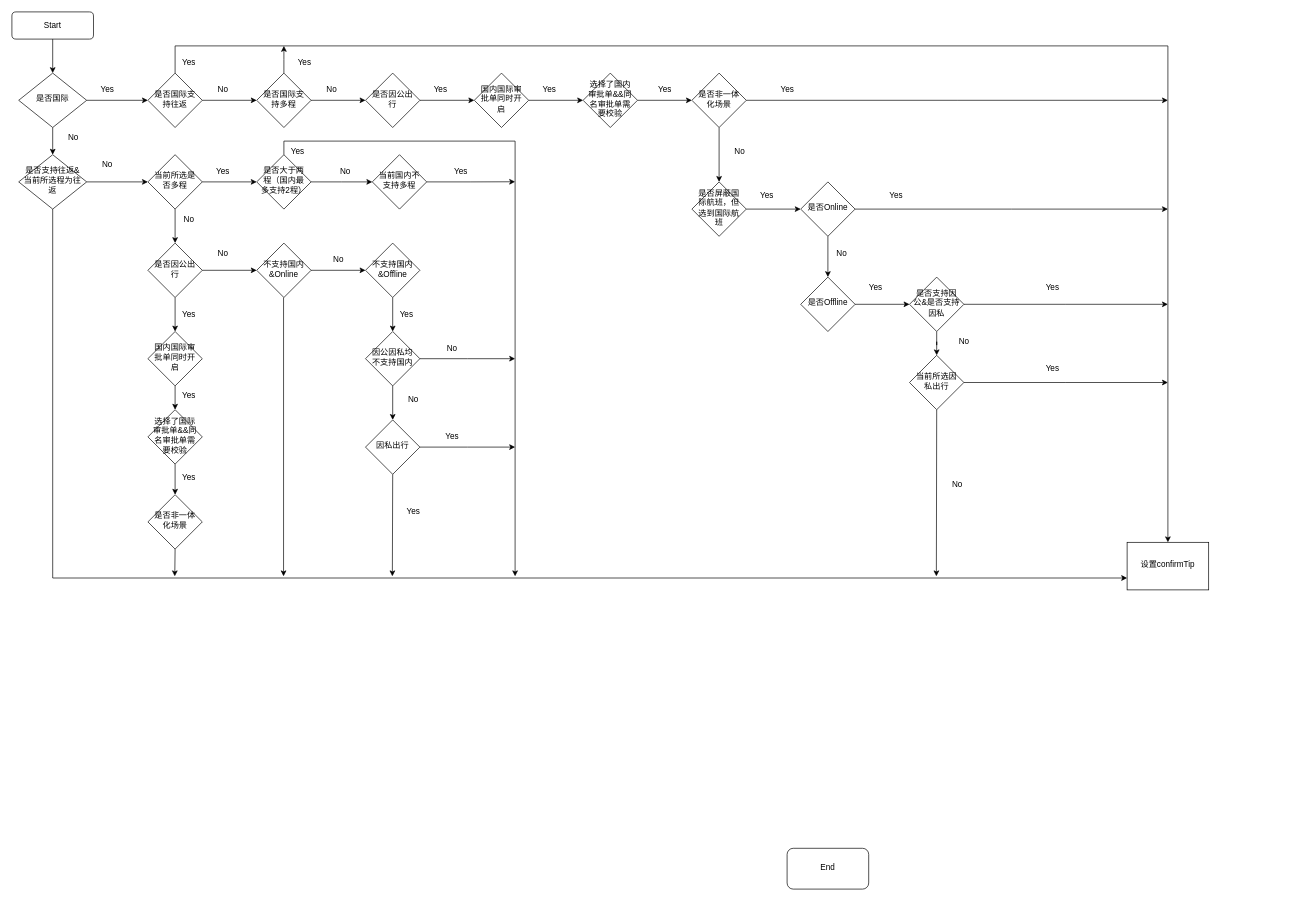
The draw.io diagram checkCityDate.drawio in weiqiujuan/-, before the edit. Source tidied: cells renumbered, new cells numbered last; positions are measured from the earlier drawing's top-left corner, leaving out a move shared by most shapes. Both pictures are drawn from the tidied source at 68%, with x=0, y=0 at pixel (12, 12).
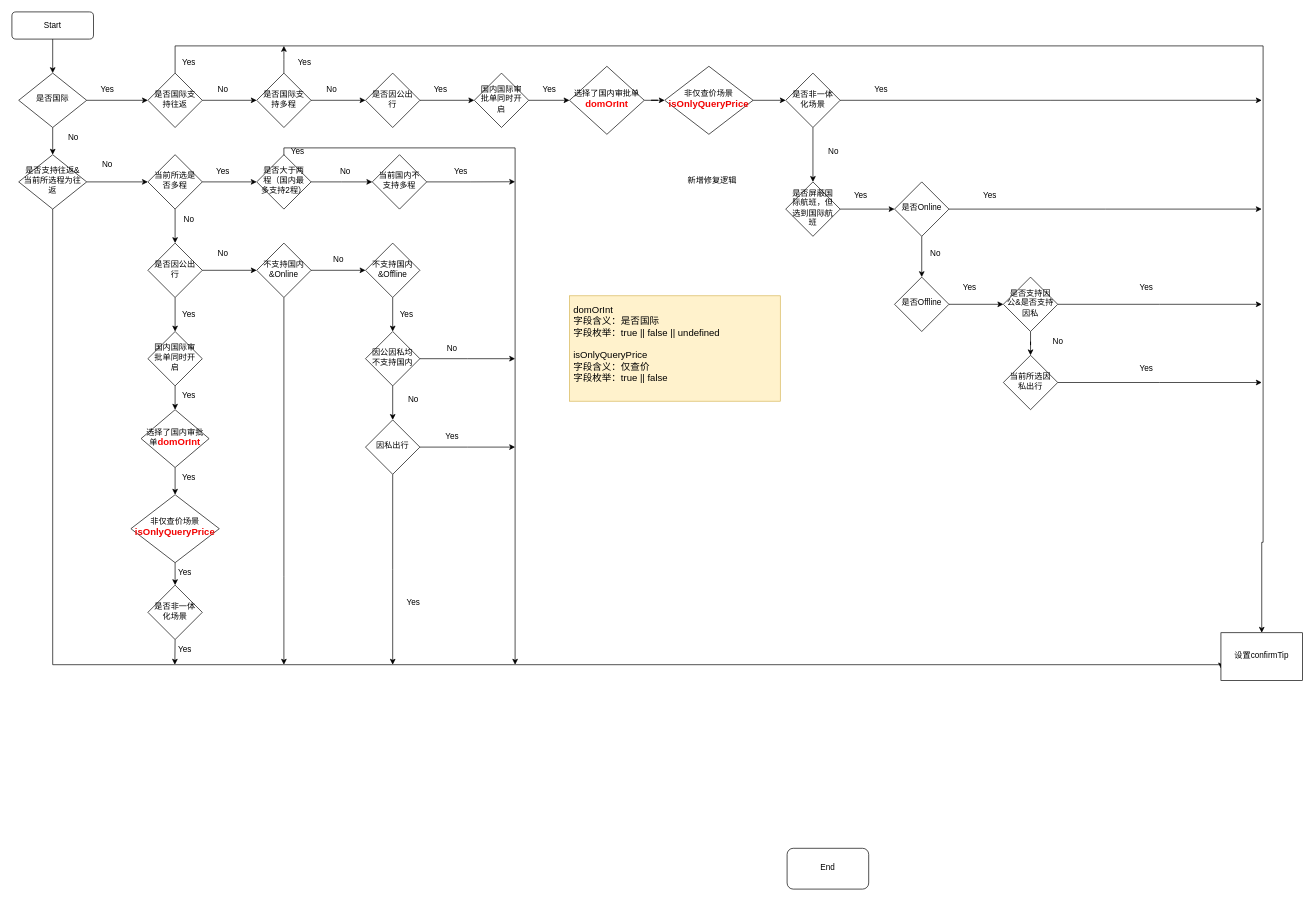
After the change.

Unchanged cells that the change refers to:
```xml
<mxCell id="9" value="是否支持往返&amp;amp;当前所选程为往返" style="rhombus;whiteSpace=wrap;html=1;shadow=0;fontFamily=Helvetica;fontSize=12;align=center;strokeWidth=1;spacing=6;spacingTop=-4;" parent="1" vertex="1">
  <mxGeometry x="10" y="210" width="100" height="80" as="geometry" />
</mxCell>
<mxCell id="12" value="是否国际支持往返" style="rhombus;whiteSpace=wrap;html=1;shadow=0;strokeWidth=1;spacing=6;spacingTop=-4;" parent="1" vertex="1">
  <mxGeometry x="200" y="90" width="80" height="80" as="geometry" />
</mxCell>
<mxCell id="65" value="是否大于两程（国内最多支持2程）" style="rhombus;whiteSpace=wrap;html=1;shadow=0;strokeWidth=1;spacing=6;spacingTop=-4;" parent="1" vertex="1">
  <mxGeometry x="360" y="210" width="80" height="80" as="geometry" />
</mxCell>
<mxCell id="85" value="不支持国内&amp;amp;Online" style="rhombus;whiteSpace=wrap;html=1;shadow=0;strokeWidth=1;spacing=6;spacingTop=-4;" parent="1" vertex="1">
  <mxGeometry x="360" y="340" width="80" height="80" as="geometry" />
</mxCell>
<mxCell id="96" value="因私出行" style="rhombus;whiteSpace=wrap;html=1;shadow=0;strokeWidth=1;spacing=6;spacingTop=-4;" parent="1" vertex="1">
  <mxGeometry x="520" y="600" width="80" height="80" as="geometry" />
</mxCell>
```

What changed in the source:
```diff
@@
     <mxCell id="8" style="edgeStyle=orthogonalEdgeStyle;rounded=0;jettySize=auto;html=1;exitX=0.5;exitY=1;exitDx=0;exitDy=0;entryX=0;entryY=0.75;entryDx=0;entryDy=0;" parent="1" edge="1" source="9" target="25">
-      <mxGeometry relative="1" as="geometry" />
+      <mxGeometry relative="1" as="geometry">
+        <Array as="points">
+          <mxPoint x="60" y="960" />
+          <mxPoint x="1778" y="960" />
+        </Array>
+      </mxGeometry>
     </mxCell>
@@
     <mxCell id="11" style="edgeStyle=orthogonalEdgeStyle;rounded=0;jettySize=auto;html=1;exitX=0.5;exitY=0;exitDx=0;exitDy=0;entryX=0.5;entryY=0;entryDx=0;entryDy=0;" parent="1" edge="1" source="12" target="25">
       <mxGeometry relative="1" as="geometry">
         <Array as="points">
           <mxPoint x="240" y="50" />
-          <mxPoint x="1700" y="50" />
+          <mxPoint x="1840" y="50" />
+          <mxPoint x="1840" y="780" />
         </Array>
       </mxGeometry>
     </mxCell>
@@
-    <mxCell id="20" style="edgeStyle=orthogonalEdgeStyle;rounded=0;jettySize=auto;html=1;" parent="1" edge="1" source="21" target="24">
-      <mxGeometry relative="1" as="geometry" />
-    </mxCell>
+    <mxCell id="103" style="edgeStyle=orthogonalEdgeStyle;rounded=0;jettySize=auto;html=1;" parent="1" edge="1" source="21" target="108">
+      <mxGeometry relative="1" as="geometry" />
+    </mxCell>
-    <mxCell id="21" value="选择了国内审批单&amp;amp;&amp;amp;同名审批单需要校验" style="rhombus;whiteSpace=wrap;html=1;shadow=0;strokeWidth=1;spacing=6;spacingTop=-4;" parent="1" vertex="1">
-      <mxGeometry x="840" y="90" width="80" height="80" as="geometry" />
+    <mxCell id="21" value="选择了国内审批单&lt;b&gt;&lt;font style=&quot;&quot;&gt;&lt;span style=&quot;text-align: left;&quot;&gt;&lt;font style=&quot;color: light-dark(rgb(249, 6, 6), rgb(237, 237, 237)); font-size: 14px;&quot;&gt;domOrInt&lt;/font&gt;&lt;/span&gt;&lt;/font&gt;&lt;/b&gt;" style="rhombus;whiteSpace=wrap;html=1;shadow=0;strokeWidth=1;spacing=6;spacingTop=-4;" parent="1" vertex="1">
+      <mxGeometry x="820" y="80" width="110" height="100" as="geometry" />
     </mxCell>
@@
     <mxCell id="23" style="edgeStyle=orthogonalEdgeStyle;rounded=0;jettySize=auto;html=1;exitX=1;exitY=0.5;exitDx=0;exitDy=0;" parent="1" edge="1" source="24">
       <mxGeometry relative="1" as="geometry">
-        <mxPoint x="1700" y="130" as="targetPoint" />
+        <mxPoint x="1838" y="130" as="targetPoint" />
       </mxGeometry>
     </mxCell>
     <mxCell id="24" value="是否非一体化场景" style="rhombus;whiteSpace=wrap;html=1;shadow=0;strokeWidth=1;spacing=6;spacingTop=-4;" parent="1" vertex="1">
-      <mxGeometry x="1000" y="90" width="80" height="80" as="geometry" />
+      <mxGeometry x="1138" y="90" width="80" height="80" as="geometry" />
     </mxCell>
     <mxCell id="25" value="设置confirmTip" style="whiteSpace=wrap;html=1;shadow=0;strokeWidth=1;spacing=6;spacingTop=-4;" parent="1" vertex="1">
-      <mxGeometry x="1640" y="780" width="120" height="70" as="geometry" />
+      <mxGeometry x="1778" y="913" width="120" height="70" as="geometry" />
     </mxCell>
@@
-    <mxCell id="33" value="Yes" style="text;html=1;align=center;verticalAlign=middle;strokeColor=none;fillColor=none;" parent="1" vertex="1">
-      <mxGeometry x="940" y="100" width="40" height="30" as="geometry" />
-    </mxCell>
@@
     <mxCell id="35" value="是否屏蔽国际航班，但选到国际航班" style="rhombus;whiteSpace=wrap;html=1;shadow=0;strokeWidth=1;spacing=6;spacingTop=-4;" parent="1" vertex="1">
-      <mxGeometry x="1000" y="250" width="80" height="80" as="geometry" />
+      <mxGeometry x="1138" y="250" width="80" height="80" as="geometry" />
     </mxCell>
     <mxCell id="36" value="Yes" style="text;html=1;align=center;verticalAlign=middle;strokeColor=none;fillColor=none;" parent="1" vertex="1">
-      <mxGeometry x="1120" y="100" width="40" height="30" as="geometry" />
+      <mxGeometry x="1258" y="100" width="40" height="30" as="geometry" />
     </mxCell>
     <mxCell id="37" value="No" style="text;html=1;align=center;verticalAlign=middle;strokeColor=none;fillColor=none;" parent="1" vertex="1">
-      <mxGeometry x="1050" y="190" width="40" height="30" as="geometry" />
+      <mxGeometry x="1188" y="190" width="40" height="30" as="geometry" />
     </mxCell>
@@
     <mxCell id="39" style="edgeStyle=orthogonalEdgeStyle;rounded=0;jettySize=auto;html=1;exitX=1;exitY=0.5;exitDx=0;exitDy=0;" parent="1" edge="1" source="40">
       <mxGeometry relative="1" as="geometry">
-        <mxPoint x="1700" y="290" as="targetPoint" />
+        <mxPoint x="1838" y="290" as="targetPoint" />
       </mxGeometry>
     </mxCell>
     <mxCell id="40" value="是否Online" style="rhombus;whiteSpace=wrap;html=1;shadow=0;strokeWidth=1;spacing=6;spacingTop=-4;" parent="1" vertex="1">
-      <mxGeometry x="1160" y="250" width="80" height="80" as="geometry" />
+      <mxGeometry x="1298" y="250" width="80" height="80" as="geometry" />
     </mxCell>
     <mxCell id="41" value="Yes" style="text;html=1;align=center;verticalAlign=middle;strokeColor=none;fillColor=none;" parent="1" vertex="1">
-      <mxGeometry x="1090" y="255" width="40" height="30" as="geometry" />
+      <mxGeometry x="1228" y="255" width="40" height="30" as="geometry" />
     </mxCell>
@@
     <mxCell id="43" value="是否Offline" style="rhombus;whiteSpace=wrap;html=1;shadow=0;strokeWidth=1;spacing=6;spacingTop=-4;" parent="1" vertex="1">
-      <mxGeometry x="1160" y="390" width="80" height="80" as="geometry" />
+      <mxGeometry x="1298" y="390" width="80" height="80" as="geometry" />
     </mxCell>
     <mxCell id="44" value="No" style="text;html=1;align=center;verticalAlign=middle;strokeColor=none;fillColor=none;" parent="1" vertex="1">
-      <mxGeometry x="1200" y="340" width="40" height="30" as="geometry" />
+      <mxGeometry x="1338" y="340" width="40" height="30" as="geometry" />
     </mxCell>
     <mxCell id="45" value="Yes" style="text;html=1;align=center;verticalAlign=middle;strokeColor=none;fillColor=none;" parent="1" vertex="1">
-      <mxGeometry x="1280" y="255" width="40" height="30" as="geometry" />
+      <mxGeometry x="1418" y="255" width="40" height="30" as="geometry" />
     </mxCell>
@@
     <mxCell id="47" style="edgeStyle=orthogonalEdgeStyle;rounded=0;jettySize=auto;html=1;exitX=1;exitY=0.5;exitDx=0;exitDy=0;" parent="1" edge="1" source="48">
       <mxGeometry relative="1" as="geometry">
-        <mxPoint x="1700" y="430" as="targetPoint" />
+        <mxPoint x="1838" y="430" as="targetPoint" />
       </mxGeometry>
     </mxCell>
     <mxCell id="48" value="是否支持因公&amp;amp;是否支持因私" style="rhombus;whiteSpace=wrap;html=1;shadow=0;strokeWidth=1;spacing=6;spacingTop=-4;" parent="1" vertex="1">
-      <mxGeometry x="1320" y="390" width="80" height="80" as="geometry" />
+      <mxGeometry x="1458" y="390" width="80" height="80" as="geometry" />
     </mxCell>
     <mxCell id="49" style="edgeStyle=orthogonalEdgeStyle;rounded=0;jettySize=auto;html=1;exitX=1;exitY=0.5;exitDx=0;exitDy=0;" parent="1" edge="1" source="51">
       <mxGeometry relative="1" as="geometry">
-        <mxPoint x="1700" y="545" as="targetPoint" />
+        <mxPoint x="1838" y="545" as="targetPoint" />
       </mxGeometry>
     </mxCell>
-    <mxCell id="50" style="edgeStyle=orthogonalEdgeStyle;rounded=0;jettySize=auto;html=1;exitX=0.5;exitY=1;exitDx=0;exitDy=0;" parent="1" edge="1" source="51">
-      <mxGeometry relative="1" as="geometry">
-        <mxPoint x="1359.5" y="830" as="targetPoint" />
-      </mxGeometry>
-    </mxCell>
     <mxCell id="51" value="当前所选因私出行" style="rhombus;whiteSpace=wrap;html=1;shadow=0;strokeWidth=1;spacing=6;spacingTop=-4;" parent="1" vertex="1">
-      <mxGeometry x="1320" y="505" width="80" height="80" as="geometry" />
+      <mxGeometry x="1458" y="505" width="80" height="80" as="geometry" />
     </mxCell>
     <mxCell id="52" value="No" style="text;html=1;align=center;verticalAlign=middle;strokeColor=none;fillColor=none;" parent="1" vertex="1">
-      <mxGeometry x="1380" y="470" width="40" height="30" as="geometry" />
+      <mxGeometry x="1518" y="470" width="40" height="30" as="geometry" />
     </mxCell>
     <mxCell id="53" value="Yes" style="text;html=1;align=center;verticalAlign=middle;strokeColor=none;fillColor=none;" parent="1" vertex="1">
-      <mxGeometry x="1250" y="390" width="40" height="30" as="geometry" />
+      <mxGeometry x="1388" y="390" width="40" height="30" as="geometry" />
     </mxCell>
     <mxCell id="54" value="Yes" style="text;html=1;align=center;verticalAlign=middle;strokeColor=none;fillColor=none;" parent="1" vertex="1">
-      <mxGeometry x="1510" y="510" width="40" height="30" as="geometry" />
+      <mxGeometry x="1648" y="510" width="40" height="30" as="geometry" />
     </mxCell>
-    <mxCell id="55" value="No" style="text;html=1;align=center;verticalAlign=middle;strokeColor=none;fillColor=none;" parent="1" vertex="1">
-      <mxGeometry x="1370" y="680" width="40" height="30" as="geometry" />
-    </mxCell>
@@
     <mxCell id="58" value="Yes" style="text;html=1;align=center;verticalAlign=middle;strokeColor=none;fillColor=none;" parent="1" vertex="1">
-      <mxGeometry x="1510" y="390" width="40" height="30" as="geometry" />
+      <mxGeometry x="1648" y="390" width="40" height="30" as="geometry" />
     </mxCell>
@@
-    <mxCell id="64" style="edgeStyle=orthogonalEdgeStyle;rounded=0;jettySize=auto;html=1;exitX=0.5;exitY=0;exitDx=0;exitDy=0;" parent="1" edge="1" source="65">
+    <mxCell id="64" style="edgeStyle=orthogonalEdgeStyle;rounded=0;orthogonalLoop=1;jettySize=auto;html=1;exitX=0.5;exitY=0;exitDx=0;exitDy=0;" parent="1" edge="1">
       <mxGeometry relative="1" as="geometry">
-        <mxPoint x="740" y="830" as="targetPoint" />
+        <mxPoint x="400" y="220" as="sourcePoint" />
+        <mxPoint x="740" y="960" as="targetPoint" />
         <Array as="points">
-          <mxPoint x="400" y="190" />
-          <mxPoint x="740" y="190" />
+          <mxPoint x="400" y="200" />
+          <mxPoint x="740" y="200" />
         </Array>
       </mxGeometry>
     </mxCell>
@@
-    <mxCell id="75" style="edgeStyle=orthogonalEdgeStyle;rounded=0;jettySize=auto;html=1;" parent="1" edge="1" source="76" target="78">
-      <mxGeometry relative="1" as="geometry" />
-    </mxCell>
+    <mxCell id="104" style="edgeStyle=orthogonalEdgeStyle;rounded=0;jettySize=auto;html=1;exitX=0.5;exitY=1;exitDx=0;exitDy=0;entryX=0.5;entryY=0;entryDx=0;entryDy=0;" parent="1" edge="1" source="76" target="110">
+      <mxGeometry relative="1" as="geometry" />
+    </mxCell>
-    <mxCell id="76" value="选择了国际审批单&amp;amp;&amp;amp;同名审批单需要校验" style="rhombus;whiteSpace=wrap;html=1;shadow=0;strokeWidth=1;spacing=6;spacingTop=-4;" parent="1" vertex="1">
-      <mxGeometry x="200" y="585" width="80" height="80" as="geometry" />
+    <mxCell id="76" value="选择了国内审批单&lt;b&gt;&lt;span style=&quot;text-align: left;&quot;&gt;&lt;font style=&quot;color: light-dark(rgb(249, 6, 6), rgb(237, 237, 237)); font-size: 14px;&quot;&gt;domOrInt&lt;/font&gt;&lt;/span&gt;&lt;/b&gt;" style="rhombus;whiteSpace=wrap;html=1;shadow=0;strokeWidth=1;spacing=6;spacingTop=-4;" parent="1" vertex="1">
+      <mxGeometry x="190" y="585" width="100" height="85" as="geometry" />
     </mxCell>
-    <mxCell id="77" style="edgeStyle=orthogonalEdgeStyle;rounded=0;jettySize=auto;html=1;exitX=0.5;exitY=1;exitDx=0;exitDy=0;" parent="1" edge="1" source="78">
-      <mxGeometry relative="1" as="geometry">
-        <mxPoint x="239.5" y="830" as="targetPoint" />
-      </mxGeometry>
-    </mxCell>
+    <mxCell id="105" style="edgeStyle=orthogonalEdgeStyle;rounded=0;jettySize=auto;html=1;exitX=0.5;exitY=1;exitDx=0;exitDy=0;" parent="1" edge="1" source="78">
+      <mxGeometry relative="1" as="geometry">
+        <mxPoint x="239.6" y="960" as="targetPoint" />
+      </mxGeometry>
+    </mxCell>
     <mxCell id="78" value="是否非一体化场景" style="rhombus;whiteSpace=wrap;html=1;shadow=0;strokeWidth=1;spacing=6;spacingTop=-4;" parent="1" vertex="1">
-      <mxGeometry x="200" y="710" width="80" height="80" as="geometry" />
+      <mxGeometry x="200" y="843" width="80" height="80" as="geometry" />
     </mxCell>
@@
-    <mxCell id="82" value="Yes" style="text;html=1;align=center;verticalAlign=middle;strokeColor=none;fillColor=none;" parent="1" vertex="1">
-      <mxGeometry x="240" y="670" width="40" height="30" as="geometry" />
-    </mxCell>
@@
     <mxCell id="84" style="edgeStyle=orthogonalEdgeStyle;rounded=0;jettySize=auto;html=1;exitX=0.5;exitY=1;exitDx=0;exitDy=0;" parent="1" edge="1" source="85">
       <mxGeometry relative="1" as="geometry">
-        <mxPoint x="399.5" y="830" as="targetPoint" />
+        <mxPoint x="400" y="960" as="targetPoint" />
         <Array as="points">
           <mxPoint x="400" y="830" />
           <mxPoint x="400" y="830" />
         </Array>
       </mxGeometry>
     </mxCell>
@@
     <mxCell id="95" style="edgeStyle=orthogonalEdgeStyle;rounded=0;jettySize=auto;html=1;exitX=0.5;exitY=1;exitDx=0;exitDy=0;" parent="1" edge="1" source="96">
       <mxGeometry relative="1" as="geometry">
-        <mxPoint x="559.5" y="830" as="targetPoint" />
+        <mxPoint x="560" y="960" as="targetPoint" />
       </mxGeometry>
     </mxCell>
@@
     <mxCell id="100" value="Yes" style="text;html=1;align=center;verticalAlign=middle;strokeColor=none;fillColor=none;" parent="1" vertex="1">
-      <mxGeometry x="570" y="720" width="40" height="30" as="geometry" />
+      <mxGeometry x="570" y="853" width="40" height="30" as="geometry" />
     </mxCell>
@@
+    <mxCell id="106" value="&lt;p&gt;&lt;font style=&quot;font-size: 14px;&quot;&gt;&lt;br&gt;domOrInt&lt;br&gt;字段含义：是否国际&lt;br&gt;字段枚举：true || false || undefined&lt;br&gt;&lt;br&gt;isOnlyQueryPrice&lt;br&gt;字段含义：仅查价&lt;br&gt;字段枚举：true || false&lt;/font&gt;&lt;/p&gt;&lt;p&gt;&lt;br&gt;&lt;/p&gt;" style="whiteSpace=wrap;html=1;shadow=0;strokeWidth=1;spacing=6;spacingTop=-4;fillColor=#fff2cc;strokeColor=#d6b656;align=left;" parent="1" vertex="1">
+      <mxGeometry x="820" y="417.5" width="310" height="155" as="geometry" />
+    </mxCell>
+    <mxCell id="107" style="edgeStyle=orthogonalEdgeStyle;rounded=0;jettySize=auto;html=1;" parent="1" edge="1" source="108" target="24">
+      <mxGeometry relative="1" as="geometry" />
+    </mxCell>
+    <mxCell id="108" value="非仅查价场景&lt;br&gt;&lt;span style=&quot;text-align: left;&quot;&gt;&lt;b style=&quot;&quot;&gt;&lt;font style=&quot;color: light-dark(rgb(241, 4, 4), rgb(237, 237, 237)); font-size: 14px;&quot;&gt;isOnlyQueryPrice&lt;/font&gt;&lt;/b&gt;&lt;/span&gt;" style="rhombus;whiteSpace=wrap;html=1;shadow=0;strokeWidth=1;spacing=6;spacingTop=-4;" parent="1" vertex="1">
+      <mxGeometry x="960" y="80" width="130" height="100" as="geometry" />
+    </mxCell>
+    <mxCell id="109" style="edgeStyle=orthogonalEdgeStyle;rounded=0;jettySize=auto;html=1;exitX=0.5;exitY=1;exitDx=0;exitDy=0;entryX=0.5;entryY=0;entryDx=0;entryDy=0;" parent="1" edge="1" source="110" target="78">
+      <mxGeometry relative="1" as="geometry" />
+    </mxCell>
+    <mxCell id="110" value="非仅查价场景&lt;br&gt;&lt;span style=&quot;text-align: left;&quot;&gt;&lt;b style=&quot;&quot;&gt;&lt;font style=&quot;color: light-dark(rgb(241, 4, 4), rgb(237, 237, 237)); font-size: 14px;&quot;&gt;isOnlyQueryPrice&lt;/font&gt;&lt;/b&gt;&lt;/span&gt;" style="rhombus;whiteSpace=wrap;html=1;shadow=0;strokeWidth=1;spacing=6;spacingTop=-4;" parent="1" vertex="1">
+      <mxGeometry x="175" y="710" width="130" height="100" as="geometry" />
+    </mxCell>
+    <mxCell id="82" value="Yes" style="text;html=1;align=center;verticalAlign=middle;strokeColor=none;fillColor=none;" parent="1" vertex="1">
+      <mxGeometry x="240" y="670" width="40" height="30" as="geometry" />
+    </mxCell>
+    <mxCell id="111" value="Yes" style="text;html=1;align=center;verticalAlign=middle;strokeColor=none;fillColor=none;" parent="1" vertex="1">
+      <mxGeometry x="234" y="810" width="40" height="30" as="geometry" />
+    </mxCell>
+    <mxCell id="112" value="Yes" style="text;html=1;align=center;verticalAlign=middle;strokeColor=none;fillColor=none;" parent="1" vertex="1">
+      <mxGeometry x="234" y="923" width="40" height="30" as="geometry" />
+    </mxCell>
+    <mxCell id="113" value="新增修复逻辑" style="rounded=1;whiteSpace=wrap;html=1;shadow=0;strokeWidth=1;spacing=6;spacingTop=-4;fillColor=none;strokeColor=none;" parent="1" vertex="1">
+      <mxGeometry x="970" y="220" width="120" height="60" as="geometry" />
+    </mxCell>
```
